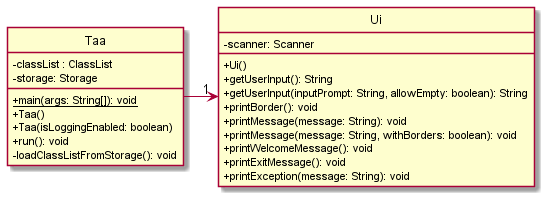
The PlantUML diagram docs/diagrams/class/UiClassDiagram.png in nus-cs2113-AY2122S1/tp, before a commit.
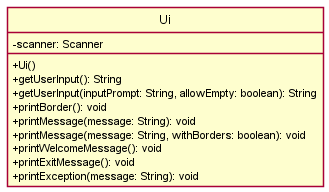
Above is the later version.

What changed in the source:
```diff
@@ -1,15 +1,5 @@
 @startuml
 !include ClassStyle.puml
-
-class Taa {
-    -classList : ClassList
-    -storage: Storage
-    {static} +main(args: String[]): void
-    +Taa()
-    +Taa(isLoggingEnabled: boolean)
-    +run(): void
-    -loadClassListFromStorage(): void
-}
 
 class Ui {
     -scanner: Scanner
@@ -24,6 +14,4 @@
     +printException(message: String): void
 }
 
-Taa -> "1" Ui
-
 @enduml
```
